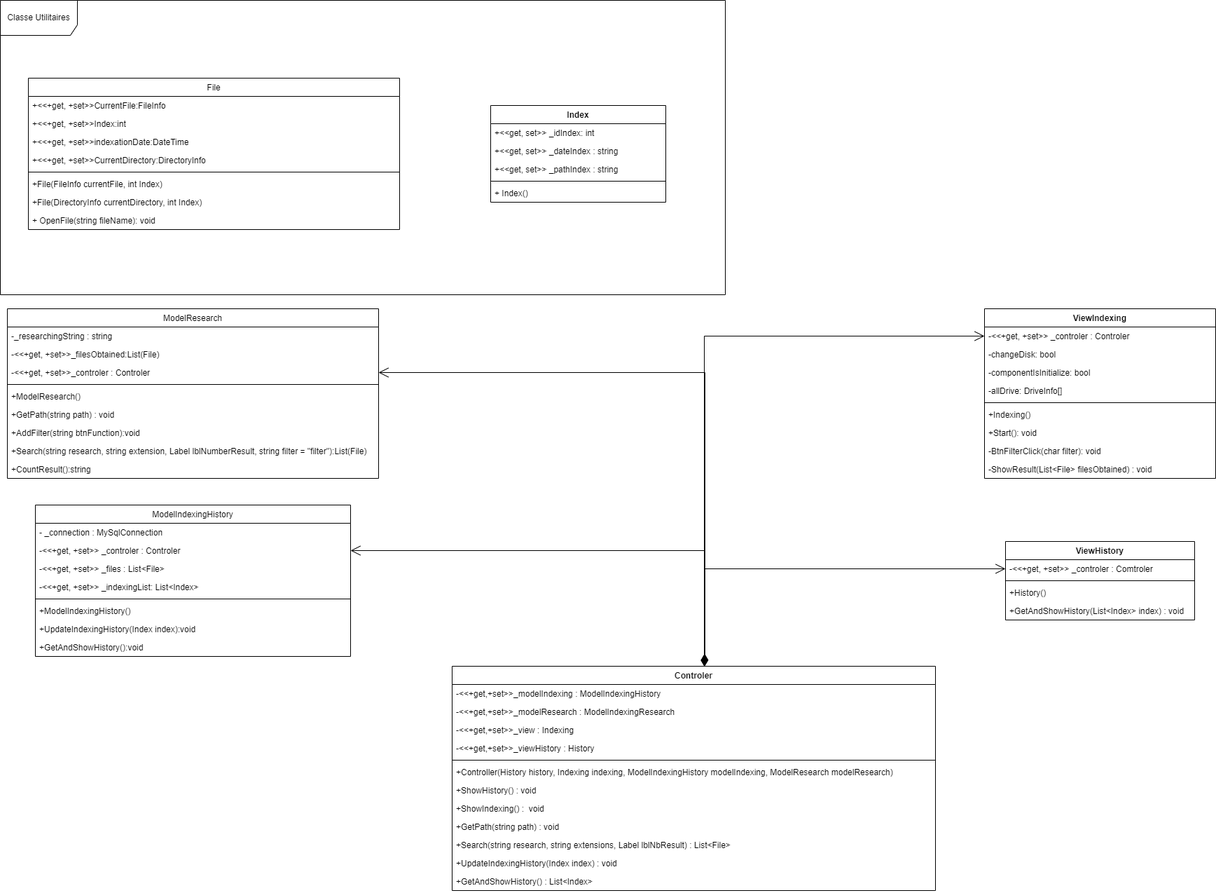
The draw.io diagram diagramme de classe.png in ThomasRey1/P-OO, before a commit. Source tidied: cells renumbered, new cells last; positions are measured from the earlier drawing's top-left corner, leaving out a move shared by most shapes.
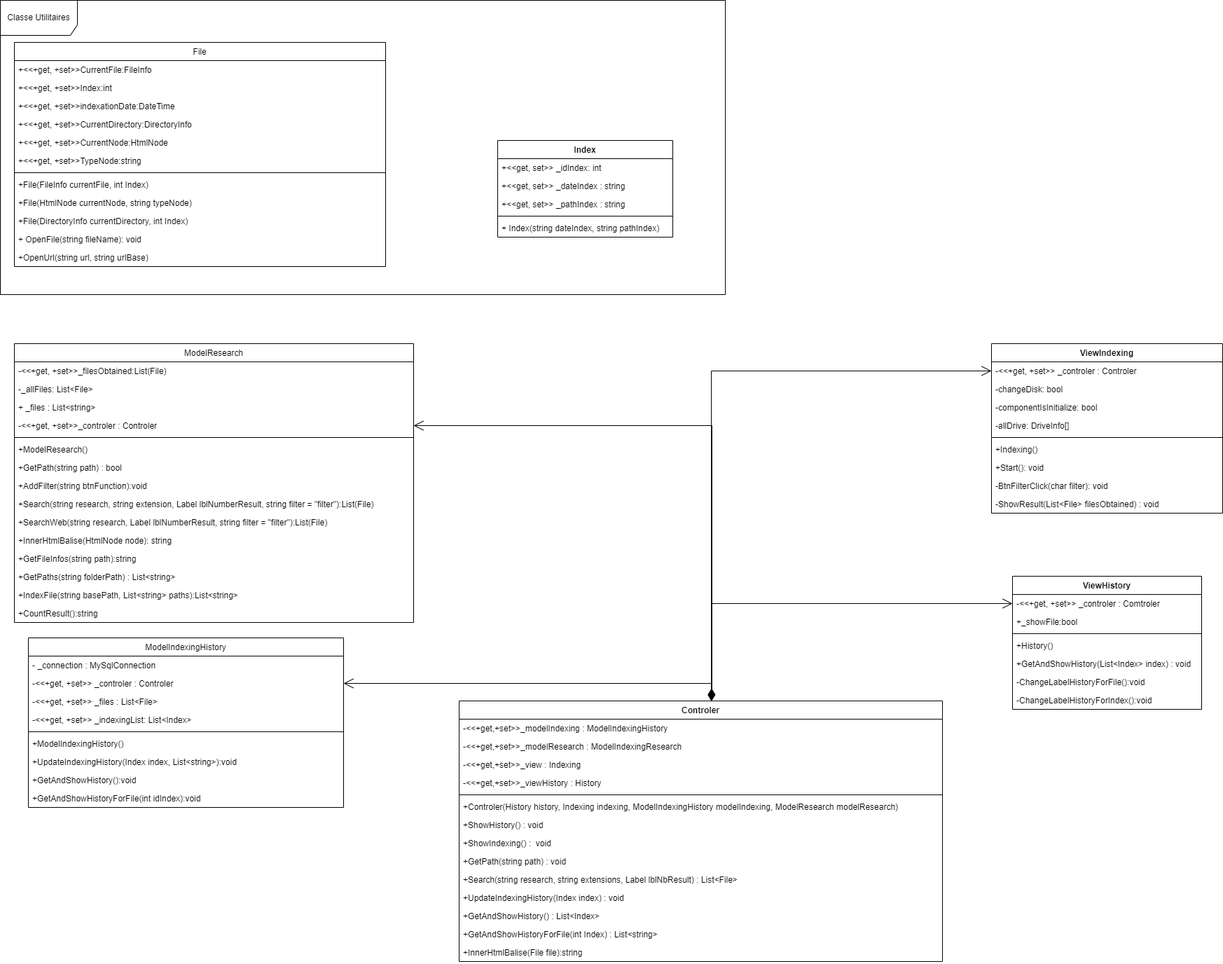
The same diagram one commit later.

Commit message:
mise à jour du schema de classe

The edit, as a diff of the source:
```diff
@@ -3,7 +3,7 @@
     <mxCell id="0" />
     <mxCell id="1" parent="0" />
     <mxCell id="2" value="ModelIndexingHistory" style="swimlane;fontStyle=0;horizontal=1;startSize=26;fillColor=none;" parent="1" vertex="1">
-      <mxGeometry x="50" y="720" width="450" height="216" as="geometry" />
+      <mxGeometry x="30" y="860" width="450" height="242" as="geometry" />
     </mxCell>
     <mxCell id="3" value="- _connection : MySqlConnection" style="text;strokeColor=none;fillColor=none;align=left;verticalAlign=top;spacingLeft=4;spacingRight=4;overflow=hidden;" parent="2" vertex="1">
       <mxGeometry y="26" width="450" height="26" as="geometry" />
@@ -23,44 +23,65 @@
     <mxCell id="8" value="+ModelIndexingHistory()" style="text;strokeColor=none;fillColor=none;align=left;verticalAlign=top;spacingLeft=4;spacingRight=4;overflow=hidden;" parent="2" vertex="1">
       <mxGeometry y="138" width="450" height="26" as="geometry" />
     </mxCell>
-    <mxCell id="9" value="+UpdateIndexingHistory(Index index):void" style="text;strokeColor=none;fillColor=none;align=left;verticalAlign=top;spacingLeft=4;spacingRight=4;overflow=hidden;" parent="2" vertex="1">
+    <mxCell id="9" value="+UpdateIndexingHistory(Index index, List&lt;string&gt;):void" style="text;strokeColor=none;fillColor=none;align=left;verticalAlign=top;spacingLeft=4;spacingRight=4;overflow=hidden;" parent="2" vertex="1">
       <mxGeometry y="164" width="450" height="26" as="geometry" />
     </mxCell>
     <mxCell id="10" value="+GetAndShowHistory():void" style="text;strokeColor=none;fillColor=none;align=left;verticalAlign=top;spacingLeft=4;spacingRight=4;overflow=hidden;" parent="2" vertex="1">
       <mxGeometry y="190" width="450" height="26" as="geometry" />
     </mxCell>
+    <mxCell id="70" value="+GetAndShowHistoryForFile(int idIndex):void" style="text;strokeColor=none;fillColor=none;align=left;verticalAlign=top;spacingLeft=4;spacingRight=4;overflow=hidden;" parent="2" vertex="1">
+      <mxGeometry y="216" width="450" height="26" as="geometry" />
+    </mxCell>
     <mxCell id="11" value="ModelResearch" style="swimlane;fontStyle=0;horizontal=1;startSize=26;fillColor=none;" parent="1" vertex="1">
-      <mxGeometry x="10" y="440" width="530" height="242" as="geometry" />
+      <mxGeometry x="10" y="440" width="570" height="398" as="geometry" />
     </mxCell>
-    <mxCell id="12" value="-_researchingString : string" style="text;strokeColor=none;fillColor=none;align=left;verticalAlign=top;spacingLeft=4;spacingRight=4;overflow=hidden;" parent="11" vertex="1">
-      <mxGeometry y="26" width="530" height="26" as="geometry" />
-    </mxCell>
     <mxCell id="13" value="-&lt;&lt;+get, +set&gt;&gt;_filesObtained:List(File)" style="text;strokeColor=none;fillColor=none;align=left;verticalAlign=top;spacingLeft=4;spacingRight=4;overflow=hidden;" parent="11" vertex="1">
-      <mxGeometry y="52" width="530" height="26" as="geometry" />
+      <mxGeometry y="26" width="570" height="26" as="geometry" />
     </mxCell>
+    <mxCell id="71" value="-_allFiles: List&lt;File&gt;" style="text;strokeColor=none;fillColor=none;align=left;verticalAlign=top;spacingLeft=4;spacingRight=4;overflow=hidden;" parent="11" vertex="1">
+      <mxGeometry y="52" width="570" height="26" as="geometry" />
+    </mxCell>
+    <mxCell id="72" value="+ _files : List&lt;string&gt;" style="text;strokeColor=none;fillColor=none;align=left;verticalAlign=top;spacingLeft=4;spacingRight=4;overflow=hidden;" parent="11" vertex="1">
+      <mxGeometry y="78" width="570" height="26" as="geometry" />
+    </mxCell>
     <mxCell id="14" value="-&lt;&lt;+get, +set&gt;&gt;_controler : Controler" style="text;strokeColor=none;fillColor=none;align=left;verticalAlign=top;spacingLeft=4;spacingRight=4;overflow=hidden;points=[[0,0.5],[1,0.5]];portConstraint=eastwest;" parent="11" vertex="1">
-      <mxGeometry y="78" width="530" height="26" as="geometry" />
+      <mxGeometry y="104" width="570" height="26" as="geometry" />
     </mxCell>
     <mxCell id="15" style="line;strokeWidth=1;fillColor=none;align=left;verticalAlign=middle;spacingTop=-1;spacingLeft=3;spacingRight=3;labelPosition=right;" parent="11" vertex="1">
-      <mxGeometry y="104" width="530" height="8" as="geometry" />
+      <mxGeometry y="130" width="570" height="8" as="geometry" />
     </mxCell>
     <mxCell id="16" value="+ModelResearch()" style="text;strokeColor=none;fillColor=none;align=left;verticalAlign=top;spacingLeft=4;spacingRight=4;overflow=hidden;" parent="11" vertex="1">
-      <mxGeometry y="112" width="530" height="26" as="geometry" />
+      <mxGeometry y="138" width="570" height="26" as="geometry" />
     </mxCell>
-    <mxCell id="17" value="+GetPath(string path) : void" style="text;strokeColor=none;fillColor=none;align=left;verticalAlign=top;spacingLeft=4;spacingRight=4;overflow=hidden;" parent="11" vertex="1">
-      <mxGeometry y="138" width="530" height="26" as="geometry" />
+    <mxCell id="17" value="+GetPath(string path) : bool" style="text;strokeColor=none;fillColor=none;align=left;verticalAlign=top;spacingLeft=4;spacingRight=4;overflow=hidden;" parent="11" vertex="1">
+      <mxGeometry y="164" width="570" height="26" as="geometry" />
     </mxCell>
     <mxCell id="18" value="+AddFilter(string btnFunction):void&#10;" style="text;strokeColor=none;fillColor=none;align=left;verticalAlign=top;spacingLeft=4;spacingRight=4;overflow=hidden;" parent="11" vertex="1">
-      <mxGeometry y="164" width="530" height="26" as="geometry" />
+      <mxGeometry y="190" width="570" height="26" as="geometry" />
     </mxCell>
     <mxCell id="19" value="+Search(string research, string extension, Label lblNumberResult, string filter = &quot;filter&quot;):List(File)&#10;" style="text;strokeColor=none;fillColor=none;align=left;verticalAlign=top;spacingLeft=4;spacingRight=4;overflow=hidden;" parent="11" vertex="1">
-      <mxGeometry y="190" width="530" height="26" as="geometry" />
+      <mxGeometry y="216" width="570" height="26" as="geometry" />
     </mxCell>
+    <mxCell id="73" value="+SearchWeb(string research, Label lblNumberResult, string filter = &quot;filter&quot;):List(File)&#10;" style="text;strokeColor=none;fillColor=none;align=left;verticalAlign=top;spacingLeft=4;spacingRight=4;overflow=hidden;" parent="11" vertex="1">
+      <mxGeometry y="242" width="570" height="26" as="geometry" />
+    </mxCell>
+    <mxCell id="74" value="+InnerHtmlBalise(HtmlNode node): string" style="text;strokeColor=none;fillColor=none;align=left;verticalAlign=top;spacingLeft=4;spacingRight=4;overflow=hidden;" parent="11" vertex="1">
+      <mxGeometry y="268" width="570" height="26" as="geometry" />
+    </mxCell>
+    <mxCell id="75" value="+GetFileInfos(string path):string" style="text;strokeColor=none;fillColor=none;align=left;verticalAlign=top;spacingLeft=4;spacingRight=4;overflow=hidden;" parent="11" vertex="1">
+      <mxGeometry y="294" width="570" height="26" as="geometry" />
+    </mxCell>
+    <mxCell id="76" value="+GetPaths(string folderPath) : List&lt;string&gt;" style="text;strokeColor=none;fillColor=none;align=left;verticalAlign=top;spacingLeft=4;spacingRight=4;overflow=hidden;" parent="11" vertex="1">
+      <mxGeometry y="320" width="570" height="26" as="geometry" />
+    </mxCell>
+    <mxCell id="77" value="+IndexFile(string basePath, List&lt;string&gt; paths):List&lt;string&gt;" style="text;strokeColor=none;fillColor=none;align=left;verticalAlign=top;spacingLeft=4;spacingRight=4;overflow=hidden;" parent="11" vertex="1">
+      <mxGeometry y="346" width="570" height="26" as="geometry" />
+    </mxCell>
     <mxCell id="20" value="+CountResult():string" style="text;strokeColor=none;fillColor=none;align=left;verticalAlign=top;spacingLeft=4;spacingRight=4;overflow=hidden;" parent="11" vertex="1">
-      <mxGeometry y="216" width="530" height="26" as="geometry" />
+      <mxGeometry y="372" width="570" height="26" as="geometry" />
     </mxCell>
     <mxCell id="21" value="File" style="swimlane;fontStyle=0;horizontal=1;startSize=26;fillColor=none;" parent="1" vertex="1">
-      <mxGeometry x="40" y="111" width="530" height="216" as="geometry" />
+      <mxGeometry x="10" y="10" width="530" height="320" as="geometry" />
     </mxCell>
     <mxCell id="22" value="+&lt;&lt;+get, +set&gt;&gt;CurrentFile:FileInfo" style="text;strokeColor=none;fillColor=none;align=left;verticalAlign=top;spacingLeft=4;spacingRight=4;overflow=hidden;" parent="21" vertex="1">
       <mxGeometry y="26" width="530" height="26" as="geometry" />
@@ -74,23 +95,35 @@
     <mxCell id="25" value="+&lt;&lt;+get, +set&gt;&gt;CurrentDirectory:DirectoryInfo" style="text;strokeColor=none;fillColor=none;align=left;verticalAlign=top;spacingLeft=4;spacingRight=4;overflow=hidden;" parent="21" vertex="1">
       <mxGeometry y="104" width="530" height="26" as="geometry" />
     </mxCell>
+    <mxCell id="78" value="+&lt;&lt;+get, +set&gt;&gt;CurrentNode:HtmlNode" style="text;strokeColor=none;fillColor=none;align=left;verticalAlign=top;spacingLeft=4;spacingRight=4;overflow=hidden;" parent="21" vertex="1">
+      <mxGeometry y="130" width="530" height="26" as="geometry" />
+    </mxCell>
+    <mxCell id="79" value="+&lt;&lt;+get, +set&gt;&gt;TypeNode:string" style="text;strokeColor=none;fillColor=none;align=left;verticalAlign=top;spacingLeft=4;spacingRight=4;overflow=hidden;" parent="21" vertex="1">
+      <mxGeometry y="156" width="530" height="26" as="geometry" />
+    </mxCell>
     <mxCell id="26" style="line;strokeWidth=1;fillColor=none;align=left;verticalAlign=middle;spacingTop=-1;spacingLeft=3;spacingRight=3;labelPosition=right;" parent="21" vertex="1">
-      <mxGeometry y="130" width="530" height="8" as="geometry" />
+      <mxGeometry y="182" width="530" height="8" as="geometry" />
     </mxCell>
     <mxCell id="27" value="+File(FileInfo currentFile, int Index)" style="text;strokeColor=none;fillColor=none;align=left;verticalAlign=top;spacingLeft=4;spacingRight=4;overflow=hidden;" parent="21" vertex="1">
-      <mxGeometry y="138" width="530" height="26" as="geometry" />
+      <mxGeometry y="190" width="530" height="26" as="geometry" />
     </mxCell>
+    <mxCell id="80" value="+File(HtmlNode currentNode, string typeNode)" style="text;strokeColor=none;fillColor=none;align=left;verticalAlign=top;spacingLeft=4;spacingRight=4;overflow=hidden;" parent="21" vertex="1">
+      <mxGeometry y="216" width="530" height="26" as="geometry" />
+    </mxCell>
     <mxCell id="28" value="+File(DirectoryInfo currentDirectory, int Index)" style="text;strokeColor=none;fillColor=none;align=left;verticalAlign=top;spacingLeft=4;spacingRight=4;overflow=hidden;" parent="21" vertex="1">
-      <mxGeometry y="164" width="530" height="26" as="geometry" />
+      <mxGeometry y="242" width="530" height="26" as="geometry" />
     </mxCell>
     <mxCell id="29" value="+ OpenFile(string fileName): void" style="text;strokeColor=none;fillColor=none;align=left;verticalAlign=top;spacingLeft=4;spacingRight=4;overflow=hidden;" parent="21" vertex="1">
-      <mxGeometry y="190" width="530" height="26" as="geometry" />
+      <mxGeometry y="268" width="530" height="26" as="geometry" />
     </mxCell>
+    <mxCell id="81" value="+OpenUrl(string url, string urlBase)" style="text;strokeColor=none;fillColor=none;align=left;verticalAlign=top;spacingLeft=4;spacingRight=4;overflow=hidden;" parent="21" vertex="1">
+      <mxGeometry y="294" width="530" height="26" as="geometry" />
+    </mxCell>
     <mxCell id="30" style="edgeStyle=none;rounded=0;orthogonalLoop=1;jettySize=auto;html=1;exitX=0.75;exitY=0;exitDx=0;exitDy=0;" parent="1" edge="1" source="2" target="2">
       <mxGeometry relative="1" as="geometry" />
     </mxCell>
     <mxCell id="31" value="Controler" style="swimlane;fontStyle=1;align=center;verticalAlign=top;horizontal=1;startSize=26;" parent="1" vertex="1">
-      <mxGeometry x="645" y="950" width="690" height="320" as="geometry" />
+      <mxGeometry x="645" y="950" width="690" height="372" as="geometry" />
     </mxCell>
     <mxCell id="32" value="-&lt;&lt;+get,+set&gt;&gt;_modelIndexing : ModelIndexingHistory" style="text;strokeColor=none;fillColor=none;align=left;verticalAlign=top;spacingLeft=4;spacingRight=4;overflow=hidden;" parent="31" vertex="1">
       <mxGeometry y="26" width="690" height="26" as="geometry" />
@@ -107,7 +140,7 @@
     <mxCell id="36" style="line;strokeWidth=1;fillColor=none;align=left;verticalAlign=middle;spacingTop=-1;spacingLeft=3;spacingRight=3;labelPosition=right;" parent="31" vertex="1">
       <mxGeometry y="130" width="690" height="8" as="geometry" />
     </mxCell>
-    <mxCell id="37" value="+Controller(History history, Indexing indexing, ModelIndexingHistory modelIndexing, ModelResearch modelResearch)" style="text;strokeColor=none;fillColor=none;align=left;verticalAlign=top;spacingLeft=4;spacingRight=4;overflow=hidden;" parent="31" vertex="1">
+    <mxCell id="37" value="+Controler(History history, Indexing indexing, ModelIndexingHistory modelIndexing, ModelResearch modelResearch)" style="text;strokeColor=none;fillColor=none;align=left;verticalAlign=top;spacingLeft=4;spacingRight=4;overflow=hidden;" parent="31" vertex="1">
       <mxGeometry y="138" width="690" height="26" as="geometry" />
     </mxCell>
     <mxCell id="38" value="+ShowHistory() : void" style="text;strokeColor=none;fillColor=none;align=left;verticalAlign=top;spacingLeft=4;spacingRight=4;overflow=hidden;" parent="31" vertex="1">
@@ -128,6 +161,12 @@
     <mxCell id="43" value="+GetAndShowHistory() : List&lt;Index&gt;" style="text;strokeColor=none;fillColor=none;align=left;verticalAlign=top;spacingLeft=4;spacingRight=4;overflow=hidden;" parent="31" vertex="1">
       <mxGeometry y="294" width="690" height="26" as="geometry" />
     </mxCell>
+    <mxCell id="82" value="+GetAndShowHistoryForFile(int Index) : List&lt;string&gt;" style="text;strokeColor=none;fillColor=none;align=left;verticalAlign=top;spacingLeft=4;spacingRight=4;overflow=hidden;" parent="31" vertex="1">
+      <mxGeometry y="320" width="690" height="26" as="geometry" />
+    </mxCell>
+    <mxCell id="83" value="+InnerHtmlBalise(File file):string" style="text;strokeColor=none;fillColor=none;align=left;verticalAlign=top;spacingLeft=4;spacingRight=4;overflow=hidden;" parent="31" vertex="1">
+      <mxGeometry y="346" width="690" height="26" as="geometry" />
+    </mxCell>
     <mxCell id="44" value="Index" style="swimlane;fontStyle=1;align=center;verticalAlign=top;horizontal=1;startSize=26;" parent="1" vertex="1">
       <mxGeometry x="700" y="150" width="250" height="138" as="geometry" />
     </mxCell>
@@ -143,7 +182,7 @@
     <mxCell id="48" style="line;strokeWidth=1;fillColor=none;align=left;verticalAlign=middle;spacingTop=-1;spacingLeft=3;spacingRight=3;labelPosition=right;" parent="44" vertex="1">
       <mxGeometry y="104" width="250" height="8" as="geometry" />
     </mxCell>
-    <mxCell id="49" value="+ Index()" style="text;strokeColor=none;fillColor=none;align=left;verticalAlign=top;spacingLeft=4;spacingRight=4;overflow=hidden;" parent="44" vertex="1">
+    <mxCell id="49" value="+ Index(string dateIndex, string pathIndex)" style="text;strokeColor=none;fillColor=none;align=left;verticalAlign=top;spacingLeft=4;spacingRight=4;overflow=hidden;" parent="44" vertex="1">
       <mxGeometry y="112" width="250" height="26" as="geometry" />
     </mxCell>
     <mxCell id="50" value="ViewIndexing" style="swimlane;fontStyle=1;align=center;verticalAlign=top;horizontal=1;startSize=26;" parent="1" vertex="1">
@@ -177,22 +216,31 @@
       <mxGeometry y="216" width="330" height="26" as="geometry" />
     </mxCell>
     <mxCell id="60" value="ViewHistory" style="swimlane;fontStyle=1;align=center;verticalAlign=top;horizontal=1;startSize=26;" parent="1" vertex="1">
-      <mxGeometry x="1435" y="772" width="270" height="112" as="geometry" />
+      <mxGeometry x="1435" y="772" width="270" height="190" as="geometry" />
     </mxCell>
     <mxCell id="61" value="-&lt;&lt;+get, +set&gt;&gt; _controler : Comtroler" style="text;strokeColor=none;fillColor=none;align=left;verticalAlign=top;spacingLeft=4;spacingRight=4;overflow=hidden;points=[[0,0.5],[1,0.5]];portConstraint=eastwest;" parent="60" vertex="1">
       <mxGeometry y="26" width="270" height="26" as="geometry" />
     </mxCell>
+    <mxCell id="84" value="+_showFile:bool" style="text;strokeColor=none;fillColor=none;align=left;verticalAlign=top;spacingLeft=4;spacingRight=4;overflow=hidden;" parent="60" vertex="1">
+      <mxGeometry y="52" width="270" height="26" as="geometry" />
+    </mxCell>
     <mxCell id="62" style="line;strokeWidth=1;fillColor=none;align=left;verticalAlign=middle;spacingTop=-1;spacingLeft=3;spacingRight=3;labelPosition=right;" parent="60" vertex="1">
-      <mxGeometry y="52" width="270" height="8" as="geometry" />
+      <mxGeometry y="78" width="270" height="8" as="geometry" />
     </mxCell>
     <mxCell id="63" value="+History()" style="text;strokeColor=none;fillColor=none;align=left;verticalAlign=top;spacingLeft=4;spacingRight=4;overflow=hidden;" parent="60" vertex="1">
-      <mxGeometry y="60" width="270" height="26" as="geometry" />
+      <mxGeometry y="86" width="270" height="26" as="geometry" />
     </mxCell>
     <mxCell id="64" value="+GetAndShowHistory(List&lt;Index&gt; index) : void" style="text;strokeColor=none;fillColor=none;align=left;verticalAlign=top;spacingLeft=4;spacingRight=4;overflow=hidden;" parent="60" vertex="1">
-      <mxGeometry y="86" width="270" height="26" as="geometry" />
+      <mxGeometry y="112" width="270" height="26" as="geometry" />
     </mxCell>
+    <mxCell id="85" value="-ChangeLabelHistoryForFile():void" style="text;strokeColor=none;fillColor=none;align=left;verticalAlign=top;spacingLeft=4;spacingRight=4;overflow=hidden;" parent="60" vertex="1">
+      <mxGeometry y="138" width="270" height="26" as="geometry" />
+    </mxCell>
+    <mxCell id="86" value="-ChangeLabelHistoryForIndex():void" style="text;strokeColor=none;fillColor=none;align=left;verticalAlign=top;spacingLeft=4;spacingRight=4;overflow=hidden;" parent="60" vertex="1">
+      <mxGeometry y="164" width="270" height="26" as="geometry" />
+    </mxCell>
     <mxCell id="65" value="Classe Utilitaires" style="shape=umlFrame;whiteSpace=wrap;html=1;width=110;height=50;" parent="1" vertex="1">
-      <mxGeometry width="1035" height="420" as="geometry" />
+      <mxGeometry x="-10" y="-50" width="1035" height="420" as="geometry" />
     </mxCell>
     <mxCell id="66" style="endArrow=open;html=1;endSize=12;startArrow=diamondThin;startSize=14;startFill=1;edgeStyle=orthogonalEdgeStyle;align=left;verticalAlign=bottom;rounded=0;exitX=0.522;exitY=0;exitDx=0;exitDy=0;exitPerimeter=0;entryX=0;entryY=0.5;entryDx=0;entryDy=0;" parent="1" edge="1" source="31" target="61">
       <mxGeometry x="-0.87" y="-80" relative="1" as="geometry" />
@@ -205,10 +253,10 @@
         <mxPoint y="1" as="offset" />
       </mxGeometry>
     </mxCell>
-    <mxCell id="68" style="endArrow=open;html=1;endSize=12;startArrow=diamondThin;startSize=14;startFill=1;edgeStyle=orthogonalEdgeStyle;align=left;verticalAlign=bottom;rounded=0;entryX=1;entryY=0.5;entryDx=0;entryDy=0;" parent="1" edge="1" source="31" target="4">
+    <mxCell id="68" style="endArrow=open;html=1;endSize=12;startArrow=diamondThin;startSize=14;startFill=1;edgeStyle=orthogonalEdgeStyle;align=left;verticalAlign=bottom;rounded=0;entryX=1;entryY=0.5;entryDx=0;entryDy=0;exitX=0.522;exitY=-0.002;exitDx=0;exitDy=0;exitPerimeter=0;" parent="1" edge="1" source="31" target="4">
       <mxGeometry x="-0.87" y="-80" relative="1" as="geometry">
         <Array as="points">
-          <mxPoint x="1005" y="785" />
+          <mxPoint x="1005" y="925" />
         </Array>
       </mxGeometry>
     </mxCell>
```
